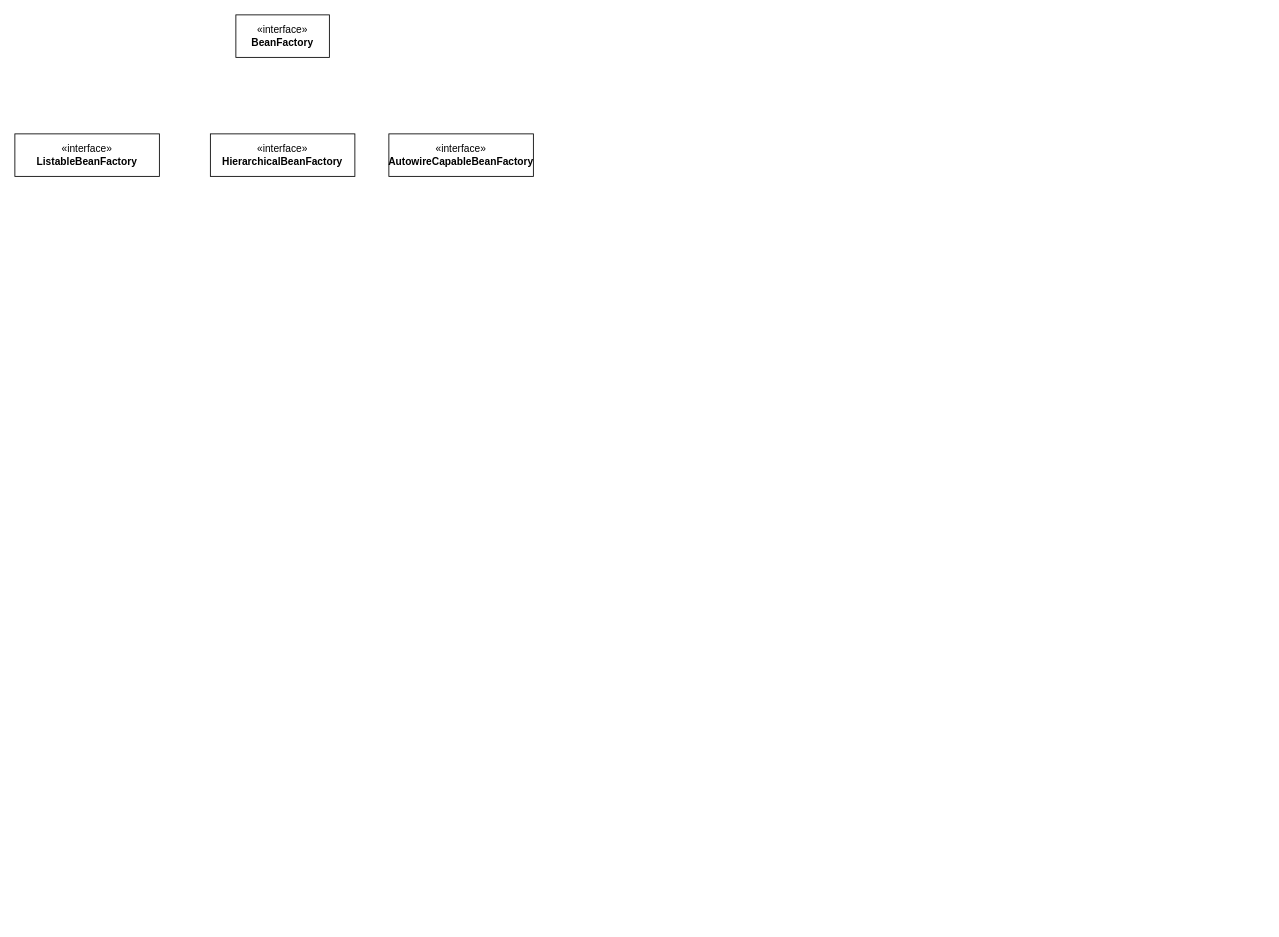
This is Spring源码.drawio from caoj/drawio-online, a draw.io file, before an edit. Source tidied: cells renumbered, new cells numbered last; positions are measured from the earlier drawing's top-left corner, leaving out a move shared by most shapes. Both pictures are drawn from the tidied source at 85%, with x=0, y=0 at pixel (14, 14).
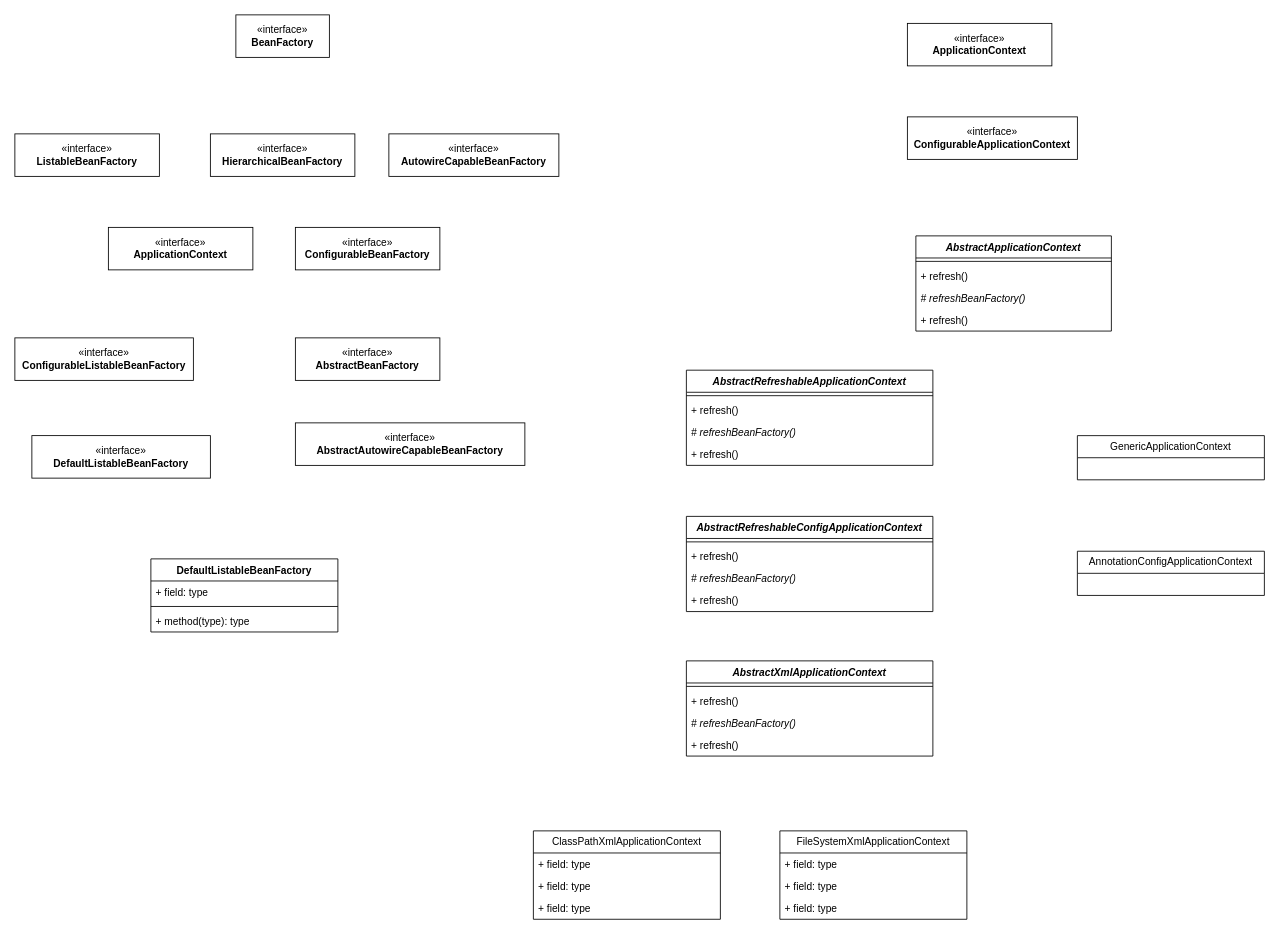
After the change.

What changed in the source:
```diff
@@
     <mxCell id="5" value="«interface»&lt;br&gt;&lt;b&gt;AutowireCapableBeanFactory&lt;/b&gt;" style="html=1;whiteSpace=wrap;" parent="1" vertex="1">
-      <mxGeometry x="440" y="140" width="170" height="50" as="geometry" />
+      <mxGeometry x="440" y="140" width="200" height="50" as="geometry" />
     </mxCell>
+    <mxCell id="6" value="«interface»&lt;br&gt;&lt;b&gt;ApplicationContext&lt;/b&gt;" style="html=1;whiteSpace=wrap;" parent="1" vertex="1">
+      <mxGeometry x="110" y="250" width="170" height="50" as="geometry" />
+    </mxCell>
+    <mxCell id="7" value="«interface»&lt;br&gt;&lt;b&gt;ConfigurableBeanFactory&lt;/b&gt;" style="html=1;whiteSpace=wrap;" parent="1" vertex="1">
+      <mxGeometry x="330" y="250" width="170" height="50" as="geometry" />
+    </mxCell>
+    <mxCell id="8" value="«interface»&lt;br&gt;&lt;b&gt;ConfigurableListableBeanFactory&lt;/b&gt;" style="html=1;whiteSpace=wrap;" parent="1" vertex="1">
+      <mxGeometry y="380" width="210" height="50" as="geometry" />
+    </mxCell>
+    <mxCell id="9" value="«interface»&lt;br&gt;&lt;b&gt;AbstractBeanFactory&lt;/b&gt;" style="html=1;whiteSpace=wrap;" parent="1" vertex="1">
+      <mxGeometry x="330" y="380" width="170" height="50" as="geometry" />
+    </mxCell>
+    <mxCell id="10" value="«interface»&lt;br&gt;&lt;b&gt;AbstractAutowireCapableBeanFactory&lt;/b&gt;" style="html=1;whiteSpace=wrap;" parent="1" vertex="1">
+      <mxGeometry x="330" y="480" width="270" height="50" as="geometry" />
+    </mxCell>
+    <mxCell id="11" value="«interface»&lt;br&gt;&lt;b&gt;DefaultListableBeanFactory&lt;/b&gt;" style="html=1;whiteSpace=wrap;" parent="1" vertex="1">
+      <mxGeometry x="20" y="495" width="210" height="50" as="geometry" />
+    </mxCell>
+    <mxCell id="12" value="DefaultListableBeanFactory" style="swimlane;fontStyle=1;align=center;verticalAlign=top;horizontal=1;startSize=26;whiteSpace=wrap;html=1;" parent="1" vertex="1">
+      <mxGeometry x="160" y="640" width="220" height="86" as="geometry" />
+    </mxCell>
+    <mxCell id="13" value="+ field: type" style="text;strokeColor=none;fillColor=none;align=left;verticalAlign=top;spacingLeft=4;spacingRight=4;overflow=hidden;whiteSpace=wrap;html=1;" parent="12" vertex="1">
+      <mxGeometry y="26" width="220" height="26" as="geometry" />
+    </mxCell>
+    <mxCell id="14" style="line;strokeWidth=1;fillColor=none;align=left;verticalAlign=middle;spacingTop=-1;spacingLeft=3;spacingRight=3;labelPosition=right;strokeColor=inherit;" parent="12" vertex="1">
+      <mxGeometry y="52" width="220" height="8" as="geometry" />
+    </mxCell>
+    <mxCell id="15" value="+ method(type): type" style="text;strokeColor=none;fillColor=none;align=left;verticalAlign=top;spacingLeft=4;spacingRight=4;overflow=hidden;whiteSpace=wrap;html=1;" parent="12" vertex="1">
+      <mxGeometry y="60" width="220" height="26" as="geometry" />
+    </mxCell>
+    <mxCell id="16" value="«interface»&lt;br&gt;&lt;b&gt;ApplicationContext&lt;/b&gt;" style="html=1;whiteSpace=wrap;" parent="1" vertex="1">
+      <mxGeometry x="1050" y="10" width="170" height="50" as="geometry" />
+    </mxCell>
+    <mxCell id="17" value="«interface»&lt;br&gt;&lt;b&gt;ConfigurableApplicationContext&lt;/b&gt;" style="html=1;whiteSpace=wrap;" parent="1" vertex="1">
+      <mxGeometry x="1050" y="120" width="200" height="50" as="geometry" />
+    </mxCell>
+    <mxCell id="18" value="&lt;i&gt;AbstractApplicationContext&lt;/i&gt;" style="swimlane;fontStyle=1;align=center;verticalAlign=top;horizontal=1;startSize=26;whiteSpace=wrap;html=1;" parent="1" vertex="1">
+      <mxGeometry x="1060" y="260" width="230" height="112" as="geometry" />
+    </mxCell>
+    <mxCell id="19" style="line;strokeWidth=1;fillColor=none;align=left;verticalAlign=middle;spacingTop=-1;spacingLeft=3;spacingRight=3;labelPosition=right;strokeColor=inherit;" parent="18" vertex="1">
+      <mxGeometry y="26" width="230" height="8" as="geometry" />
+    </mxCell>
+    <mxCell id="20" value="+ refresh()" style="text;strokeColor=none;fillColor=none;align=left;verticalAlign=top;spacingLeft=4;spacingRight=4;overflow=hidden;whiteSpace=wrap;html=1;" parent="18" vertex="1">
+      <mxGeometry y="34" width="230" height="26" as="geometry" />
+    </mxCell>
+    <mxCell id="21" value="&lt;i&gt;# refreshBeanFactory()&lt;/i&gt;" style="text;strokeColor=none;fillColor=none;align=left;verticalAlign=top;spacingLeft=4;spacingRight=4;overflow=hidden;whiteSpace=wrap;html=1;" parent="18" vertex="1">
+      <mxGeometry y="60" width="230" height="26" as="geometry" />
+    </mxCell>
+    <mxCell id="22" value="+ refresh()" style="text;strokeColor=none;fillColor=none;align=left;verticalAlign=top;spacingLeft=4;spacingRight=4;overflow=hidden;whiteSpace=wrap;html=1;" parent="18" vertex="1">
+      <mxGeometry y="86" width="230" height="26" as="geometry" />
+    </mxCell>
+    <mxCell id="23" value="&lt;i&gt;AbstractRefreshableApplicationContext&lt;/i&gt;" style="swimlane;fontStyle=1;align=center;verticalAlign=top;horizontal=1;startSize=26;whiteSpace=wrap;html=1;" parent="1" vertex="1">
+      <mxGeometry x="790" y="418" width="290" height="112" as="geometry" />
+    </mxCell>
+    <mxCell id="24" style="line;strokeWidth=1;fillColor=none;align=left;verticalAlign=middle;spacingTop=-1;spacingLeft=3;spacingRight=3;labelPosition=right;strokeColor=inherit;" parent="23" vertex="1">
+      <mxGeometry y="26" width="290" height="8" as="geometry" />
+    </mxCell>
+    <mxCell id="25" value="+ refresh()" style="text;strokeColor=none;fillColor=none;align=left;verticalAlign=top;spacingLeft=4;spacingRight=4;overflow=hidden;whiteSpace=wrap;html=1;" parent="23" vertex="1">
+      <mxGeometry y="34" width="290" height="26" as="geometry" />
+    </mxCell>
+    <mxCell id="26" value="&lt;i&gt;# refreshBeanFactory()&lt;/i&gt;" style="text;strokeColor=none;fillColor=none;align=left;verticalAlign=top;spacingLeft=4;spacingRight=4;overflow=hidden;whiteSpace=wrap;html=1;" parent="23" vertex="1">
+      <mxGeometry y="60" width="290" height="26" as="geometry" />
+    </mxCell>
+    <mxCell id="27" value="+ refresh()" style="text;strokeColor=none;fillColor=none;align=left;verticalAlign=top;spacingLeft=4;spacingRight=4;overflow=hidden;whiteSpace=wrap;html=1;" parent="23" vertex="1">
+      <mxGeometry y="86" width="290" height="26" as="geometry" />
+    </mxCell>
+    <mxCell id="28" value="&lt;i&gt;AbstractRefreshableConfigApplicationContext&lt;/i&gt;" style="swimlane;fontStyle=1;align=center;verticalAlign=top;horizontal=1;startSize=26;whiteSpace=wrap;html=1;" parent="1" vertex="1">
+      <mxGeometry x="790" y="590" width="290" height="112" as="geometry" />
+    </mxCell>
+    <mxCell id="29" style="line;strokeWidth=1;fillColor=none;align=left;verticalAlign=middle;spacingTop=-1;spacingLeft=3;spacingRight=3;labelPosition=right;strokeColor=inherit;" parent="28" vertex="1">
+      <mxGeometry y="26" width="290" height="8" as="geometry" />
+    </mxCell>
+    <mxCell id="30" value="+ refresh()" style="text;strokeColor=none;fillColor=none;align=left;verticalAlign=top;spacingLeft=4;spacingRight=4;overflow=hidden;whiteSpace=wrap;html=1;" parent="28" vertex="1">
+      <mxGeometry y="34" width="290" height="26" as="geometry" />
+    </mxCell>
+    <mxCell id="31" value="&lt;i&gt;# refreshBeanFactory()&lt;/i&gt;" style="text;strokeColor=none;fillColor=none;align=left;verticalAlign=top;spacingLeft=4;spacingRight=4;overflow=hidden;whiteSpace=wrap;html=1;" parent="28" vertex="1">
+      <mxGeometry y="60" width="290" height="26" as="geometry" />
+    </mxCell>
+    <mxCell id="32" value="+ refresh()" style="text;strokeColor=none;fillColor=none;align=left;verticalAlign=top;spacingLeft=4;spacingRight=4;overflow=hidden;whiteSpace=wrap;html=1;" parent="28" vertex="1">
+      <mxGeometry y="86" width="290" height="26" as="geometry" />
+    </mxCell>
+    <mxCell id="33" value="&lt;i&gt;AbstractXmlApplicationContext&lt;/i&gt;" style="swimlane;fontStyle=1;align=center;verticalAlign=top;horizontal=1;startSize=26;whiteSpace=wrap;html=1;" parent="1" vertex="1">
+      <mxGeometry x="790" y="760" width="290" height="112" as="geometry" />
+    </mxCell>
+    <mxCell id="34" style="line;strokeWidth=1;fillColor=none;align=left;verticalAlign=middle;spacingTop=-1;spacingLeft=3;spacingRight=3;labelPosition=right;strokeColor=inherit;" parent="33" vertex="1">
+      <mxGeometry y="26" width="290" height="8" as="geometry" />
+    </mxCell>
+    <mxCell id="35" value="+ refresh()" style="text;strokeColor=none;fillColor=none;align=left;verticalAlign=top;spacingLeft=4;spacingRight=4;overflow=hidden;whiteSpace=wrap;html=1;" parent="33" vertex="1">
+      <mxGeometry y="34" width="290" height="26" as="geometry" />
+    </mxCell>
+    <mxCell id="36" value="&lt;i&gt;# refreshBeanFactory()&lt;/i&gt;" style="text;strokeColor=none;fillColor=none;align=left;verticalAlign=top;spacingLeft=4;spacingRight=4;overflow=hidden;whiteSpace=wrap;html=1;" parent="33" vertex="1">
+      <mxGeometry y="60" width="290" height="26" as="geometry" />
+    </mxCell>
+    <mxCell id="37" value="+ refresh()" style="text;strokeColor=none;fillColor=none;align=left;verticalAlign=top;spacingLeft=4;spacingRight=4;overflow=hidden;whiteSpace=wrap;html=1;" parent="33" vertex="1">
+      <mxGeometry y="86" width="290" height="26" as="geometry" />
+    </mxCell>
+    <mxCell id="38" value="ClassPathXmlApplicationContext" style="swimlane;fontStyle=0;horizontal=1;startSize=26;fillColor=none;whiteSpace=wrap;html=1;" parent="1" vertex="1">
+      <mxGeometry x="610" y="960" width="220" height="104" as="geometry" />
+    </mxCell>
+    <mxCell id="39" value="+ field: type" style="text;strokeColor=none;fillColor=none;align=left;verticalAlign=top;spacingLeft=4;spacingRight=4;overflow=hidden;whiteSpace=wrap;html=1;" parent="38" vertex="1">
+      <mxGeometry y="26" width="220" height="26" as="geometry" />
+    </mxCell>
+    <mxCell id="40" value="+ field: type" style="text;strokeColor=none;fillColor=none;align=left;verticalAlign=top;spacingLeft=4;spacingRight=4;overflow=hidden;whiteSpace=wrap;html=1;" parent="38" vertex="1">
+      <mxGeometry y="52" width="220" height="26" as="geometry" />
+    </mxCell>
+    <mxCell id="41" value="+ field: type" style="text;strokeColor=none;fillColor=none;align=left;verticalAlign=top;spacingLeft=4;spacingRight=4;overflow=hidden;whiteSpace=wrap;html=1;" parent="38" vertex="1">
+      <mxGeometry y="78" width="220" height="26" as="geometry" />
+    </mxCell>
+    <mxCell id="42" value="FileSystemXmlApplicationContext" style="swimlane;fontStyle=0;horizontal=1;startSize=26;fillColor=none;whiteSpace=wrap;html=1;" parent="1" vertex="1">
+      <mxGeometry x="900" y="960" width="220" height="104" as="geometry" />
+    </mxCell>
+    <mxCell id="43" value="+ field: type" style="text;strokeColor=none;fillColor=none;align=left;verticalAlign=top;spacingLeft=4;spacingRight=4;overflow=hidden;whiteSpace=wrap;html=1;" parent="42" vertex="1">
+      <mxGeometry y="26" width="220" height="26" as="geometry" />
+    </mxCell>
+    <mxCell id="44" value="+ field: type" style="text;strokeColor=none;fillColor=none;align=left;verticalAlign=top;spacingLeft=4;spacingRight=4;overflow=hidden;whiteSpace=wrap;html=1;" parent="42" vertex="1">
+      <mxGeometry y="52" width="220" height="26" as="geometry" />
+    </mxCell>
+    <mxCell id="45" value="+ field: type" style="text;strokeColor=none;fillColor=none;align=left;verticalAlign=top;spacingLeft=4;spacingRight=4;overflow=hidden;whiteSpace=wrap;html=1;" parent="42" vertex="1">
+      <mxGeometry y="78" width="220" height="26" as="geometry" />
+    </mxCell>
+    <mxCell id="46" value="GenericApplicationContext" style="swimlane;fontStyle=0;horizontal=1;startSize=26;fillColor=none;whiteSpace=wrap;html=1;" parent="1" vertex="1">
+      <mxGeometry x="1250" y="495" width="220" height="52" as="geometry" />
+    </mxCell>
+    <mxCell id="47" value="AnnotationConfigApplicationContext" style="swimlane;fontStyle=0;horizontal=1;startSize=26;fillColor=none;whiteSpace=wrap;html=1;" parent="1" vertex="1">
+      <mxGeometry x="1250" y="631" width="220" height="52" as="geometry" />
+    </mxCell>
```
